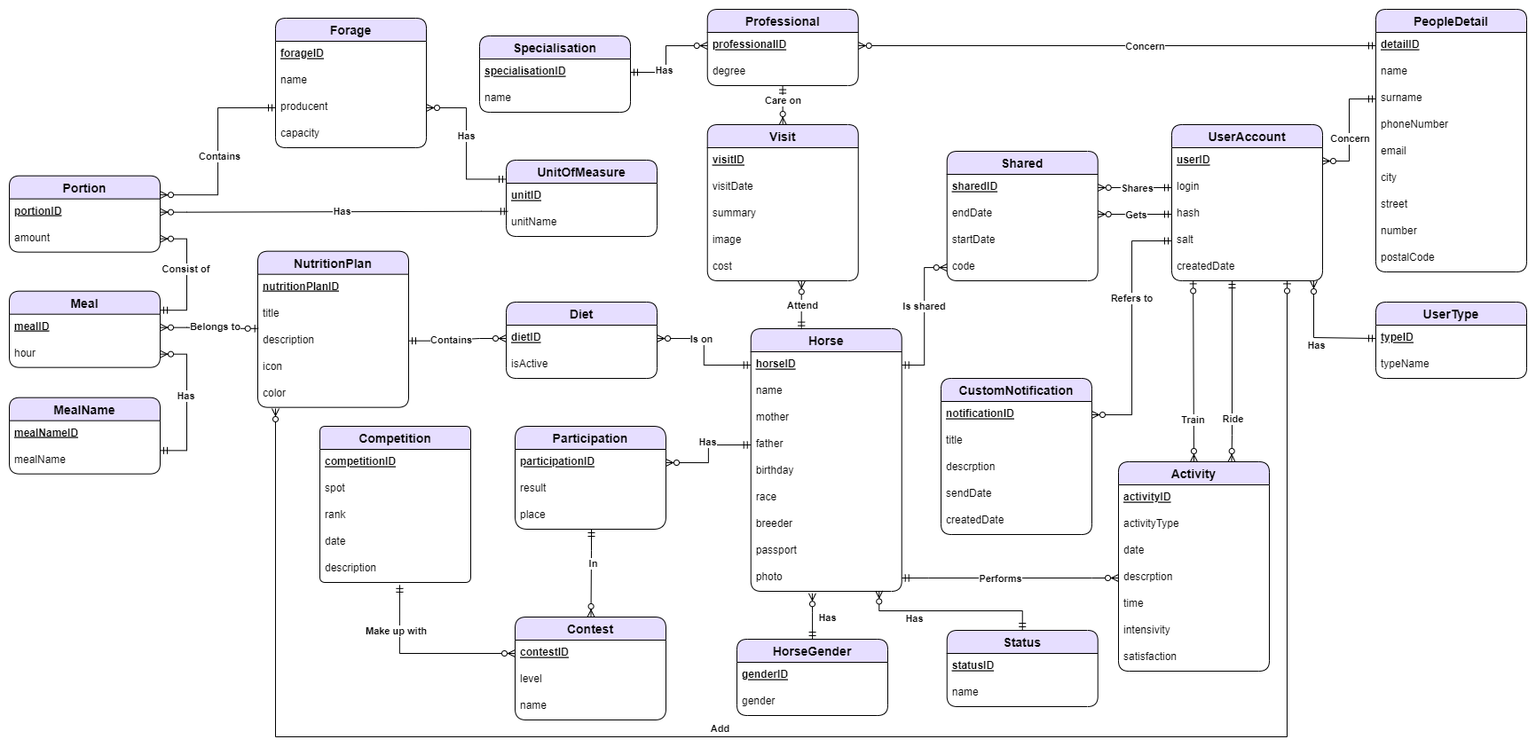
NSzymczak/HorseTracking keeps this draw.io diagram as Writing/DiagramERD.png. Above is the earlier version. Source tidied: cells renumbered, new cells last; positions are measured from the earlier drawing's top-left corner, leaving out a move shared by most shapes.
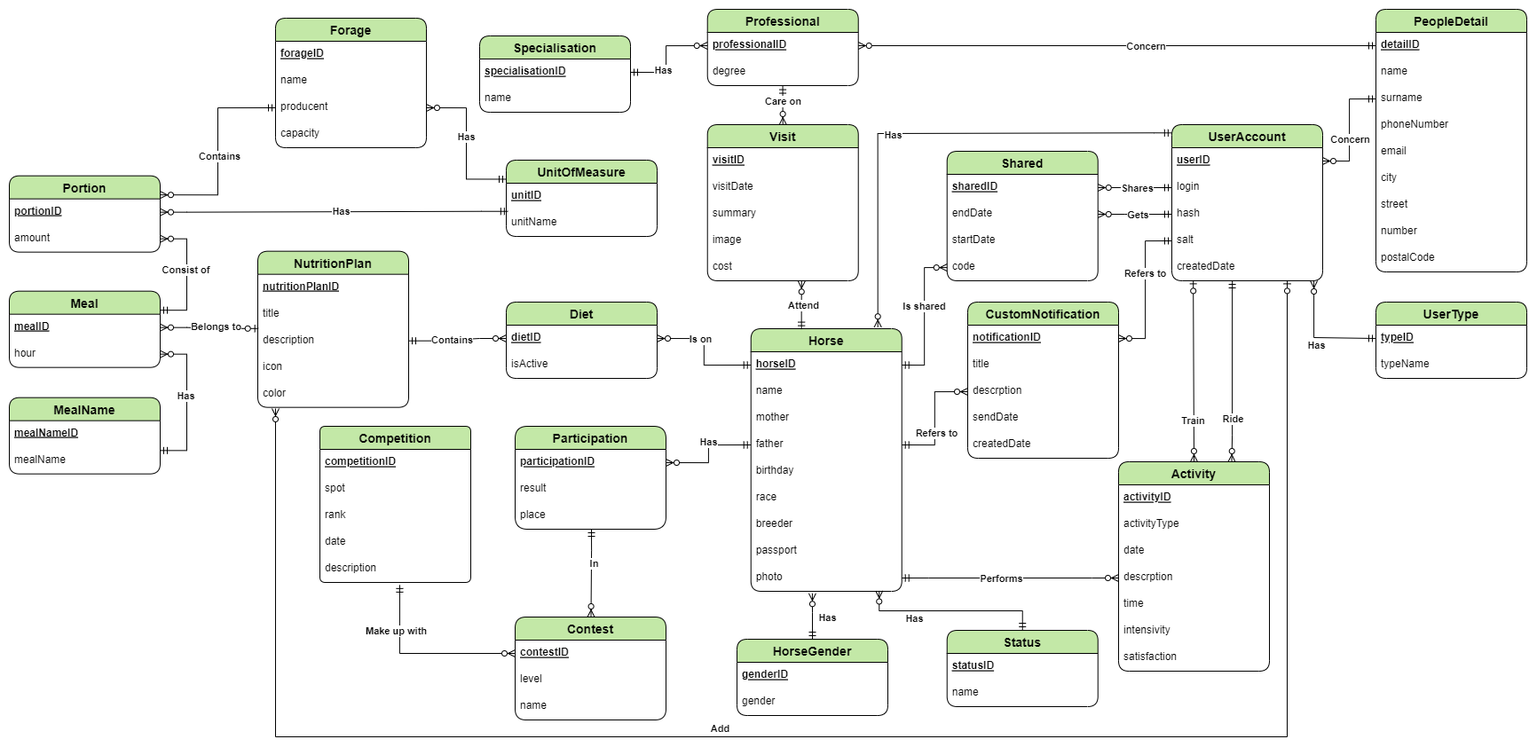
Above is the later version.

Change to the diagram source:
```diff
@@ -4,3 +4,3 @@
     <mxCell id="1" parent="0" />
-    <mxCell id="2" value="Forage" style="swimlane;fontStyle=1;horizontal=1;startSize=26;align=center;fontSize=14;rounded=1;shadow=0;fillColor=#E6DEFF;swimlaneFillColor=#FFFFFF;" parent="1" vertex="1">
+    <mxCell id="2" value="Forage" style="swimlane;fontStyle=1;horizontal=1;startSize=26;align=center;fontSize=14;rounded=1;shadow=0;fillColor=#C3E8A7;swimlaneFillColor=#FFFFFF;" parent="1" vertex="1">
       <mxGeometry x="300" y="10" width="170" height="146" as="geometry" />
@@ -19,3 +19,3 @@
     </mxCell>
-    <mxCell id="7" value="UnitOfMeasure" style="swimlane;fontStyle=1;horizontal=1;startSize=26;align=center;fontSize=14;rounded=1;shadow=0;fillColor=#E6DEFF;swimlaneFillColor=#FFFFFF;" parent="1" vertex="1">
+    <mxCell id="7" value="UnitOfMeasure" style="swimlane;fontStyle=1;horizontal=1;startSize=26;align=center;fontSize=14;rounded=1;shadow=0;fillColor=#C3E8A7;swimlaneFillColor=#FFFFFF;" parent="1" vertex="1">
       <mxGeometry x="560" y="170" width="170" height="86" as="geometry" />
@@ -28,3 +28,3 @@
     </mxCell>
-    <mxCell id="10" value="Visit" style="swimlane;fontStyle=1;horizontal=1;startSize=26;align=center;fontSize=14;rounded=1;shadow=0;fillColor=#E6DEFF;swimlaneFillColor=#FFFFFF;" parent="1" vertex="1">
+    <mxCell id="10" value="Visit" style="swimlane;fontStyle=1;horizontal=1;startSize=26;align=center;fontSize=14;rounded=1;shadow=0;fillColor=#C3E8A7;swimlaneFillColor=#FFFFFF;" parent="1" vertex="1">
       <mxGeometry x="786.7" y="130" width="170" height="176" as="geometry" />
@@ -46,3 +46,3 @@
     </mxCell>
-    <mxCell id="16" value="Professional" style="swimlane;fontStyle=1;horizontal=1;startSize=26;align=center;fontSize=14;rounded=1;shadow=0;fillColor=#E6DEFF;swimlaneFillColor=#FFFFFF;" parent="1" vertex="1">
+    <mxCell id="16" value="Professional" style="swimlane;fontStyle=1;horizontal=1;startSize=26;align=center;fontSize=14;rounded=1;shadow=0;fillColor=#C3E8A7;swimlaneFillColor=#FFFFFF;" parent="1" vertex="1">
       <mxGeometry x="786.7" width="170" height="86" as="geometry" />
@@ -55,3 +55,3 @@
     </mxCell>
-    <mxCell id="19" value="Specialisation" style="swimlane;fontStyle=1;horizontal=1;startSize=26;align=center;fontSize=14;rounded=1;shadow=0;fillColor=#E6DEFF;swimlaneFillColor=#FFFFFF;" parent="1" vertex="1">
+    <mxCell id="19" value="Specialisation" style="swimlane;fontStyle=1;horizontal=1;startSize=26;align=center;fontSize=14;rounded=1;shadow=0;fillColor=#C3E8A7;swimlaneFillColor=#FFFFFF;" parent="1" vertex="1">
       <mxGeometry x="530" y="30" width="170" height="86" as="geometry" />
@@ -64,3 +64,3 @@
     </mxCell>
-    <mxCell id="22" value="Shared" style="swimlane;fontStyle=1;horizontal=1;startSize=26;align=center;fontSize=14;rounded=1;shadow=0;fillColor=#E6DEFF;swimlaneFillColor=#FFFFFF;" parent="1" vertex="1">
+    <mxCell id="22" value="Shared" style="swimlane;fontStyle=1;horizontal=1;startSize=26;align=center;fontSize=14;rounded=1;shadow=0;fillColor=#C3E8A7;swimlaneFillColor=#FFFFFF;" parent="1" vertex="1">
       <mxGeometry x="1056.7" y="160" width="170" height="146" as="geometry" />
@@ -79,3 +79,3 @@
     </mxCell>
-    <mxCell id="27" value="PeopleDetail" style="swimlane;fontStyle=1;horizontal=1;startSize=26;align=center;fontSize=14;rounded=1;shadow=0;fillColor=#E6DEFF;swimlaneFillColor=#FFFFFF;" parent="1" vertex="1">
+    <mxCell id="27" value="PeopleDetail" style="swimlane;fontStyle=1;horizontal=1;startSize=26;align=center;fontSize=14;rounded=1;shadow=0;fillColor=#C3E8A7;swimlaneFillColor=#FFFFFF;" parent="1" vertex="1">
       <mxGeometry x="1540" width="170" height="296" as="geometry" />
@@ -109,3 +109,3 @@
     </mxCell>
-    <mxCell id="37" value="UserType" style="swimlane;fontStyle=1;horizontal=1;startSize=26;align=center;fontSize=14;rounded=1;shadow=0;fillColor=#E6DEFF;swimlaneFillColor=#FFFFFF;" parent="1" vertex="1">
+    <mxCell id="37" value="UserType" style="swimlane;fontStyle=1;horizontal=1;startSize=26;align=center;fontSize=14;rounded=1;shadow=0;fillColor=#C3E8A7;swimlaneFillColor=#FFFFFF;" parent="1" vertex="1">
       <mxGeometry x="1540" y="330" width="170" height="86" as="geometry" />
@@ -118,3 +118,3 @@
     </mxCell>
-    <mxCell id="40" value="UserAccount" style="swimlane;fontStyle=1;horizontal=1;startSize=26;align=center;fontSize=14;rounded=1;shadow=0;fillColor=#E6DEFF;swimlaneFillColor=#FFFFFF;" parent="1" vertex="1">
+    <mxCell id="40" value="UserAccount" style="swimlane;fontStyle=1;horizontal=1;startSize=26;align=center;fontSize=14;rounded=1;shadow=0;fillColor=#C3E8A7;swimlaneFillColor=#FFFFFF;" parent="1" vertex="1">
       <mxGeometry x="1310" y="130" width="170" height="176" as="geometry" />
@@ -136,3 +136,3 @@
     </mxCell>
-    <mxCell id="46" value="Horse" style="swimlane;fontStyle=1;horizontal=1;startSize=26;align=center;fontSize=14;rounded=1;shadow=0;fillColor=#E6DEFF;swimlaneFillColor=#FFFFFF;" parent="1" vertex="1">
+    <mxCell id="46" value="Horse" style="swimlane;fontStyle=1;horizontal=1;startSize=26;align=center;fontSize=14;rounded=1;shadow=0;fillColor=#C3E8A7;swimlaneFillColor=#FFFFFF;" parent="1" vertex="1">
       <mxGeometry x="835.7" y="360" width="170" height="296" as="geometry" />
@@ -166,3 +166,3 @@
     </mxCell>
-    <mxCell id="56" value="Activity" style="swimlane;fontStyle=1;horizontal=1;startSize=26;align=center;fontSize=14;rounded=1;shadow=0;fillColor=#E6DEFF;swimlaneFillColor=#FFFFFF;" parent="1" vertex="1">
+    <mxCell id="56" value="Activity" style="swimlane;fontStyle=1;horizontal=1;startSize=26;align=center;fontSize=14;rounded=1;shadow=0;fillColor=#C3E8A7;swimlaneFillColor=#FFFFFF;" parent="1" vertex="1">
       <mxGeometry x="1250" y="510" width="170" height="236" as="geometry" />
@@ -190,4 +190,4 @@
     </mxCell>
-    <mxCell id="64" value="CustomNotification" style="swimlane;fontStyle=1;horizontal=1;startSize=26;align=center;fontSize=14;rounded=1;shadow=0;fillColor=#E6DEFF;swimlaneFillColor=#FFFFFF;" parent="1" vertex="1">
-      <mxGeometry x="1050" y="416" width="170" height="176" as="geometry" />
+    <mxCell id="64" value="CustomNotification" style="swimlane;fontStyle=1;horizontal=1;startSize=26;align=center;fontSize=14;rounded=1;shadow=0;fillColor=#C3E8A7;swimlaneFillColor=#FFFFFF;" parent="1" vertex="1">
+      <mxGeometry x="1080" y="330" width="170" height="176" as="geometry" />
     </mxCell>
@@ -208,3 +208,3 @@
     </mxCell>
-    <mxCell id="70" value="Status" style="swimlane;fontStyle=1;horizontal=1;startSize=26;align=center;fontSize=14;rounded=1;shadow=0;fillColor=#E6DEFF;swimlaneFillColor=#FFFFFF;" parent="1" vertex="1">
+    <mxCell id="70" value="Status" style="swimlane;fontStyle=1;horizontal=1;startSize=26;align=center;fontSize=14;rounded=1;shadow=0;fillColor=#C3E8A7;swimlaneFillColor=#FFFFFF;" parent="1" vertex="1">
       <mxGeometry x="1056.7" y="700" width="170" height="86" as="geometry" />
@@ -217,3 +217,3 @@
     </mxCell>
-    <mxCell id="73" value="HorseGender" style="swimlane;fontStyle=1;horizontal=1;startSize=26;align=center;fontSize=14;rounded=1;shadow=0;fillColor=#E6DEFF;swimlaneFillColor=#FFFFFF;" parent="1" vertex="1">
+    <mxCell id="73" value="HorseGender" style="swimlane;fontStyle=1;horizontal=1;startSize=26;align=center;fontSize=14;rounded=1;shadow=0;fillColor=#C3E8A7;swimlaneFillColor=#FFFFFF;" parent="1" vertex="1">
       <mxGeometry x="820" y="710" width="170" height="86" as="geometry" />
@@ -226,3 +226,3 @@
     </mxCell>
-    <mxCell id="76" value="Competition" style="swimlane;fontStyle=1;horizontal=1;startSize=26;align=center;fontSize=14;rounded=1;shadow=0;fillColor=#E6DEFF;swimlaneFillColor=#FFFFFF;arcSize=8;" parent="1" vertex="1">
+    <mxCell id="76" value="Competition" style="swimlane;fontStyle=1;horizontal=1;startSize=26;align=center;fontSize=14;rounded=1;shadow=0;fillColor=#C3E8A7;swimlaneFillColor=#FFFFFF;arcSize=8;" parent="1" vertex="1">
       <mxGeometry x="350" y="470" width="170" height="176" as="geometry" />
@@ -244,3 +244,3 @@
     </mxCell>
-    <mxCell id="82" value="NutritionPlan" style="swimlane;fontStyle=1;horizontal=1;startSize=26;align=center;fontSize=14;rounded=1;shadow=0;fillColor=#E6DEFF;swimlaneFillColor=#FFFFFF;" parent="1" vertex="1">
+    <mxCell id="82" value="NutritionPlan" style="swimlane;fontStyle=1;horizontal=1;startSize=26;align=center;fontSize=14;rounded=1;shadow=0;fillColor=#C3E8A7;swimlaneFillColor=#FFFFFF;" parent="1" vertex="1">
       <mxGeometry x="280" y="272.7" width="170" height="176" as="geometry" />
@@ -262,3 +262,3 @@
     </mxCell>
-    <mxCell id="88" value="Portion" style="swimlane;fontStyle=1;horizontal=1;startSize=26;align=center;fontSize=14;rounded=1;shadow=0;fillColor=#E6DEFF;swimlaneFillColor=#FFFFFF;" parent="1" vertex="1">
+    <mxCell id="88" value="Portion" style="swimlane;fontStyle=1;horizontal=1;startSize=26;align=center;fontSize=14;rounded=1;shadow=0;fillColor=#C3E8A7;swimlaneFillColor=#FFFFFF;" parent="1" vertex="1">
       <mxGeometry y="187.7" width="170" height="86" as="geometry" />
@@ -271,3 +271,3 @@
     </mxCell>
-    <mxCell id="91" value="MealName" style="swimlane;fontStyle=1;horizontal=1;startSize=26;align=center;fontSize=14;rounded=1;shadow=0;fillColor=#E6DEFF;swimlaneFillColor=#FFFFFF;" parent="1" vertex="1">
+    <mxCell id="91" value="MealName" style="swimlane;fontStyle=1;horizontal=1;startSize=26;align=center;fontSize=14;rounded=1;shadow=0;fillColor=#C3E8A7;swimlaneFillColor=#FFFFFF;" parent="1" vertex="1">
       <mxGeometry y="437.7" width="170" height="86" as="geometry" />
@@ -280,3 +280,3 @@
     </mxCell>
-    <mxCell id="94" value="Meal" style="swimlane;fontStyle=1;horizontal=1;startSize=26;align=center;fontSize=14;rounded=1;shadow=0;fillColor=#E6DEFF;swimlaneFillColor=#FFFFFF;" parent="1" vertex="1">
+    <mxCell id="94" value="Meal" style="swimlane;fontStyle=1;horizontal=1;startSize=26;align=center;fontSize=14;rounded=1;shadow=0;fillColor=#C3E8A7;swimlaneFillColor=#FFFFFF;" parent="1" vertex="1">
       <mxGeometry y="317.7" width="170" height="86" as="geometry" />
@@ -452,3 +452,3 @@
     </mxCell>
-    <mxCell id="133" value="Diet" style="swimlane;fontStyle=1;horizontal=1;startSize=26;align=center;fontSize=14;rounded=1;shadow=0;fillColor=#E6DEFF;swimlaneFillColor=#FFFFFF;" parent="1" vertex="1">
+    <mxCell id="133" value="Diet" style="swimlane;fontStyle=1;horizontal=1;startSize=26;align=center;fontSize=14;rounded=1;shadow=0;fillColor=#C3E8A7;swimlaneFillColor=#FFFFFF;" parent="1" vertex="1">
       <mxGeometry x="560" y="330" width="170" height="86" as="geometry" />
@@ -529,3 +529,3 @@
     </mxCell>
-    <mxCell id="152" value="Participation" style="swimlane;fontStyle=1;horizontal=1;startSize=26;align=center;fontSize=14;rounded=1;shadow=0;fillColor=#E6DEFF;swimlaneFillColor=#FFFFFF;arcSize=18;" parent="1" vertex="1">
+    <mxCell id="152" value="Participation" style="swimlane;fontStyle=1;horizontal=1;startSize=26;align=center;fontSize=14;rounded=1;shadow=0;fillColor=#C3E8A7;swimlaneFillColor=#FFFFFF;arcSize=18;" parent="1" vertex="1">
       <mxGeometry x="570" y="470" width="170" height="116" as="geometry" />
@@ -541,3 +541,3 @@
     </mxCell>
-    <mxCell id="156" value="Contest" style="swimlane;fontStyle=1;horizontal=1;startSize=26;align=center;fontSize=14;rounded=1;shadow=0;fillColor=#E6DEFF;swimlaneFillColor=#FFFFFF;arcSize=16;" parent="1" vertex="1">
+    <mxCell id="156" value="Contest" style="swimlane;fontStyle=1;horizontal=1;startSize=26;align=center;fontSize=14;rounded=1;shadow=0;fillColor=#C3E8A7;swimlaneFillColor=#FFFFFF;arcSize=16;" parent="1" vertex="1">
       <mxGeometry x="570" y="685" width="170" height="116" as="geometry" />
@@ -568,2 +568,19 @@
     </mxCell>
+    <mxCell id="162" style="edgeStyle=orthogonalEdgeStyle;fontSize=12;html=1;endArrow=ERzeroToMany;startArrow=ERmandOne;rounded=0;entryX=0;entryY=0.5;entryDx=0;entryDy=0;exitX=1;exitY=0.5;exitDx=0;exitDy=0;" parent="1" edge="1" source="50" target="67">
+      <mxGeometry relative="1" as="geometry" />
+    </mxCell>
+    <mxCell id="163" value="&lt;b&gt;Refers to&lt;/b&gt;" style="edgeLabel;html=1;align=center;verticalAlign=middle;" parent="162" vertex="1">
+      <mxGeometry x="-0.24" y="-1" relative="1" as="geometry" />
+    </mxCell>
+    <mxCell id="164" style="edgeStyle=orthogonalEdgeStyle;fontSize=12;html=1;endArrow=ERzeroToMany;startArrow=ERmandOne;rounded=0;exitX=-0.001;exitY=0.053;exitDx=0;exitDy=0;exitPerimeter=0;entryX=0.841;entryY=-0.006;entryDx=0;entryDy=0;entryPerimeter=0;" parent="1" edge="1" source="40" target="46">
+      <mxGeometry relative="1" as="geometry">
+        <Array as="points">
+          <mxPoint x="1290" y="140" />
+          <mxPoint x="979" y="140" />
+        </Array>
+      </mxGeometry>
+    </mxCell>
+    <mxCell id="165" value="Has" style="edgeLabel;html=1;align=center;verticalAlign=middle;fontStyle=1;" parent="164" vertex="1">
+      <mxGeometry x="0.15" y="1" relative="1" as="geometry" />
+    </mxCell>
   </root>
```
